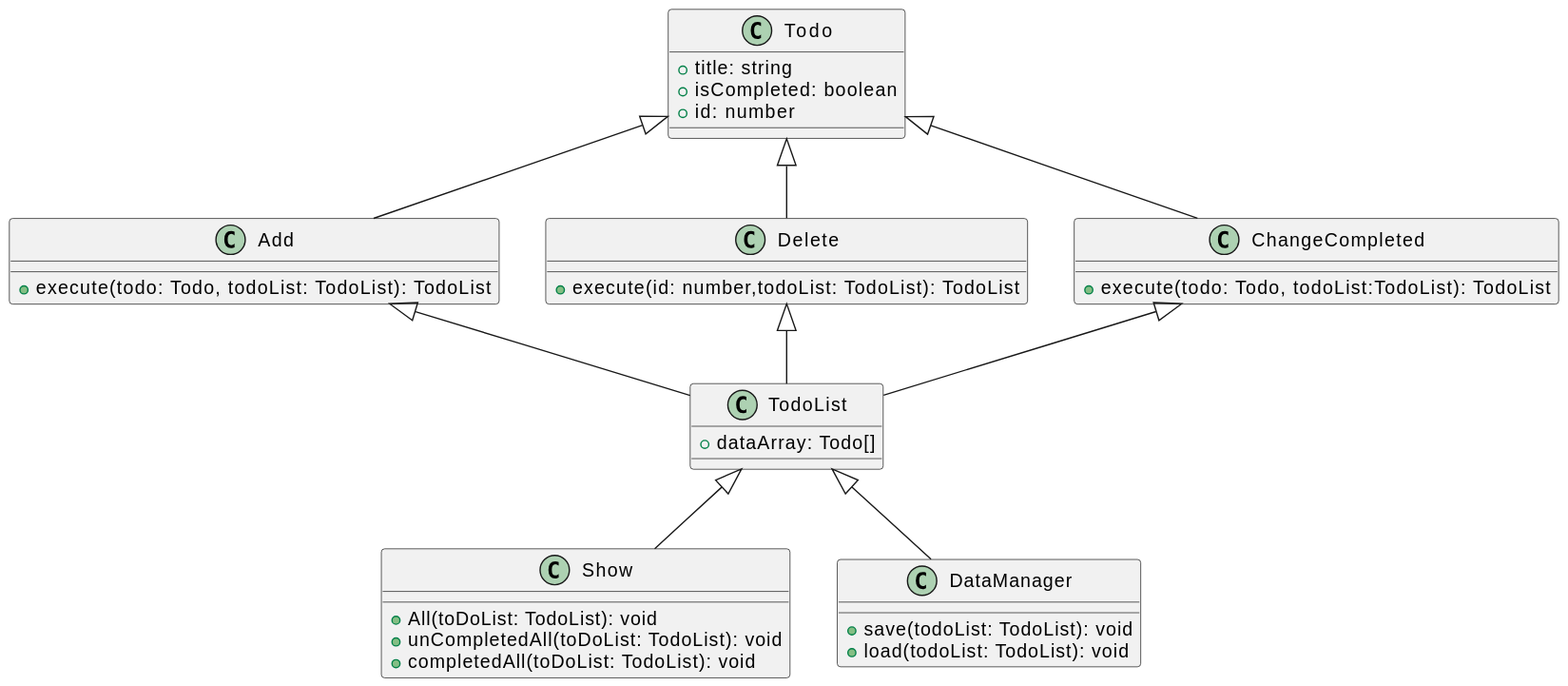
Earlier version of the PlantUML export out/todo/todo.svg (YNSTakeru/todo_practice).
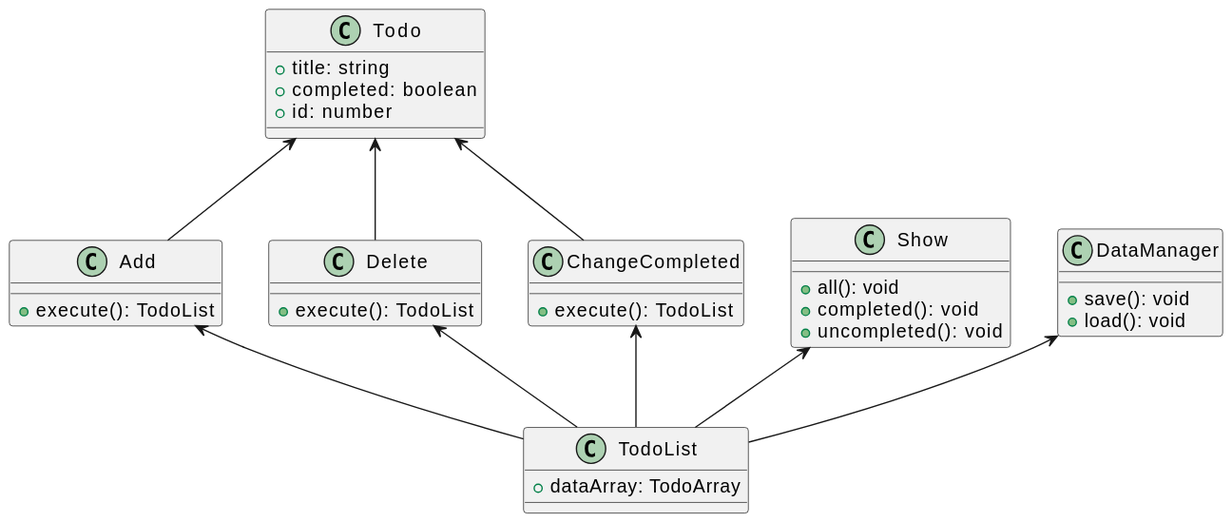
The same file after the commit.

Commit message:
Changing to simple UML

What changed in the source:
```diff
@@ -1,39 +1,41 @@
 @startuml
-    class Todo{
-        + title: string
-        + isCompleted: boolean
-        + id: number
-    }
-    class TodoList{
-        + dataArray: Todo[]
-    }
-    class Add{
-        + execute(todo: Todo, todoList: TodoList): TodoList
-    }
-    class Delete{
-        + execute(id: number,todoList: TodoList): TodoList
-    }
-    class ChangeCompleted{
-        + execute(todo: Todo, todoList:TodoList): TodoList
-    }
-    class Show{
-        + All(toDoList: TodoList): void
-        + unCompletedAll(toDoList: TodoList): void
-        + completedAll(toDoList: TodoList): void
-    }
-    class DataManager{
-        + save(todoList: TodoList): void
-        + load(todoList: TodoList): void
-    }
+ class Todo{
+    + title: string
+    + completed: boolean
+    + id: number
+ }
+ class Add{
+    + execute(): TodoList
+ }
+ class Delete{
+    + execute(): TodoList
+ }
+ class ChangeCompleted{
+    + execute(): TodoList
+ }
 
-    Todo <|-- Delete
-    Todo <|-- Add
-    Todo <|-- ChangeCompleted
+ class Show{
+    + all(): void
+    + completed(): void
+    + uncompleted(): void
+ }
 
-    TodoList <|-- Show
-    TodoList <|-- DataManager
+ class DataManager{
+    + save(): void
+    + load(): void
+ }
 
-    Delete <|-- TodoList
-    Add <|-- TodoList
-    ChangeCompleted <|-- TodoList
+ class TodoList{
+    + dataArray: TodoArray
+ }
+
+ Todo <-- Add
+ Todo <-- Delete
+ Todo <-- ChangeCompleted
+
+Add <-- TodoList
+Delete <-- TodoList
+ChangeCompleted <-- TodoList
+Show <-- TodoList
+DataManager <-- TodoList
 @enduml
```
